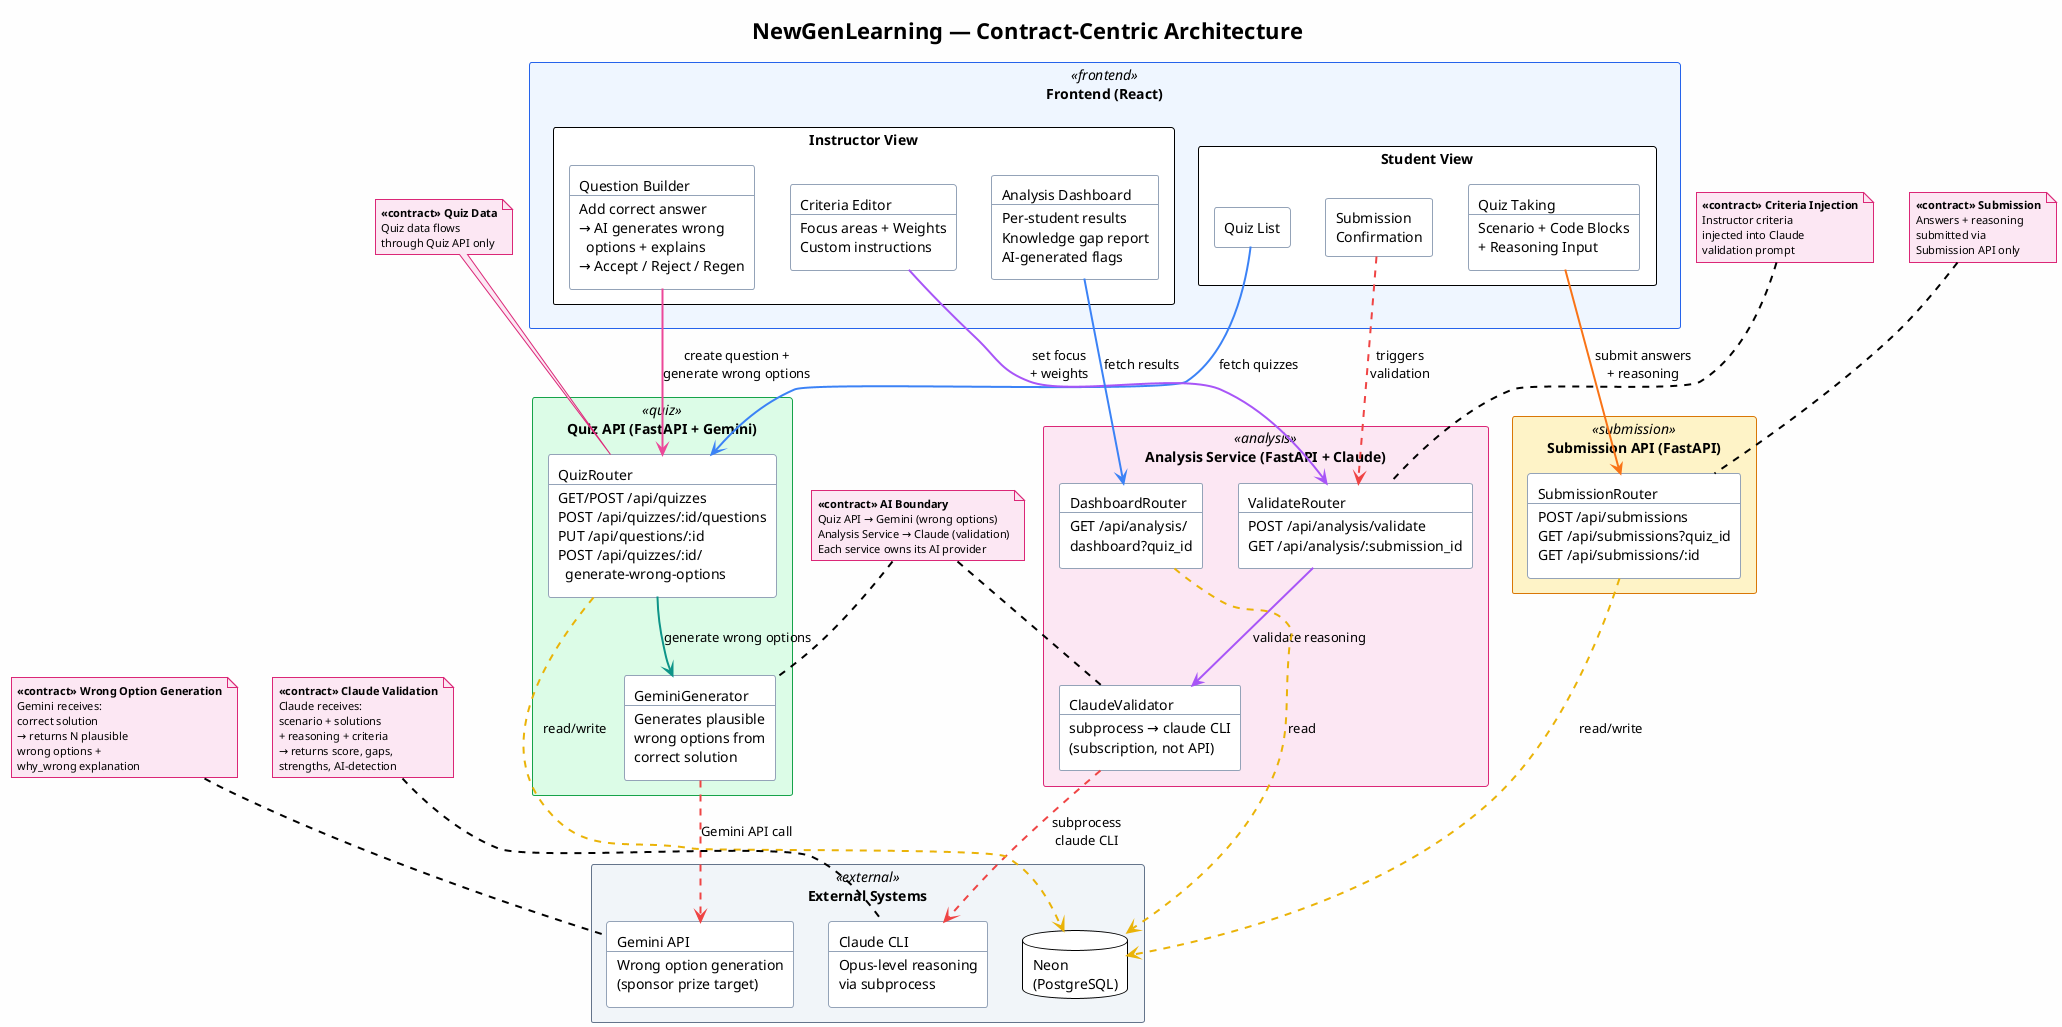
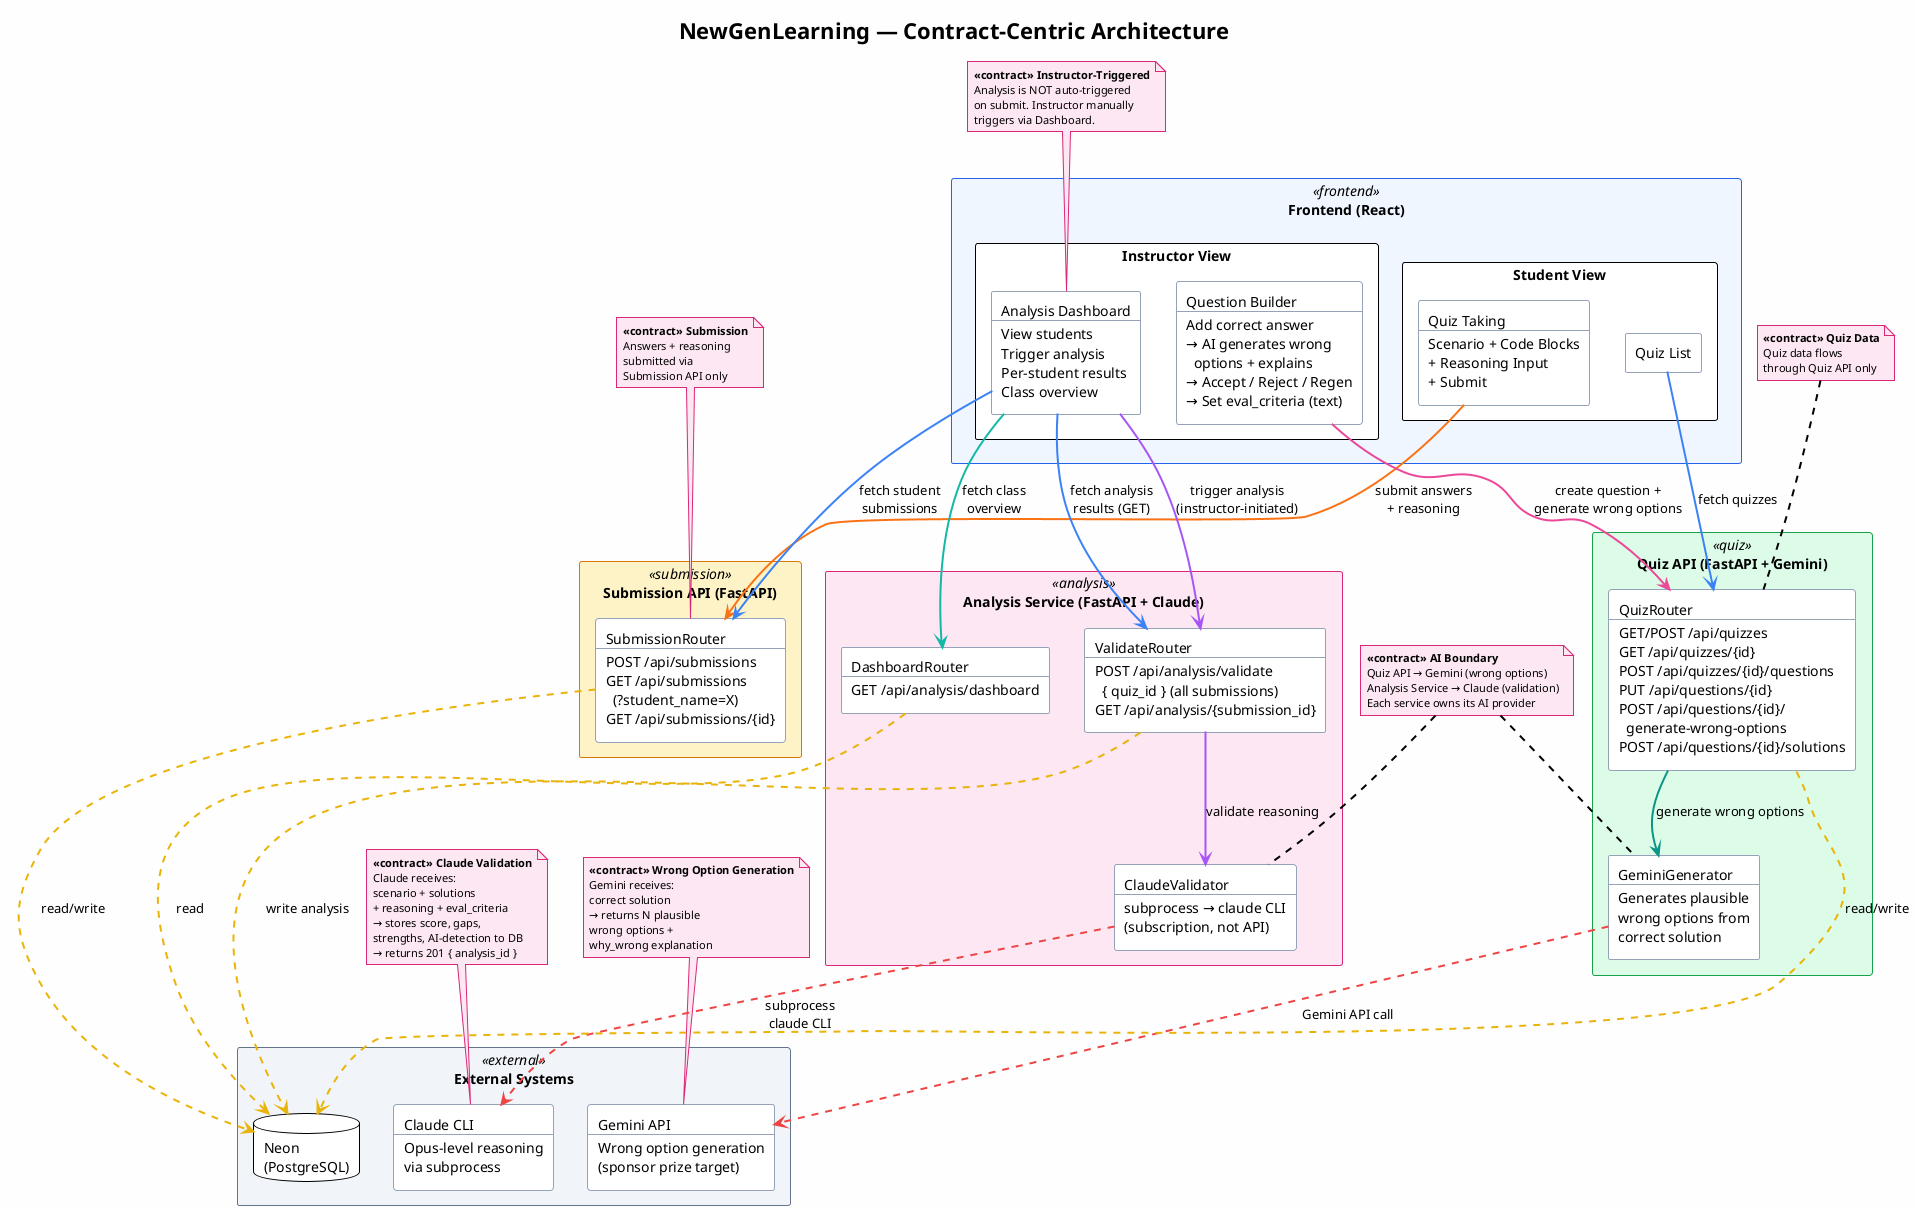
@startuml NewGenLearning Architecture Contract
!theme plain
skinparam backgroundColor #FEFEFE
skinparam defaultFontName "Segoe UI"
skinparam packageStyle rectangle
skinparam componentStyle rectangle
skinparam arrowThickness 2
skinparam shadowing false

title NewGenLearning — Contract-Centric Architecture

' === Colors ===
skinparam package {
  BackgroundColor<<frontend>> #EFF6FF
  BorderColor<<frontend>> #2563EB
  BackgroundColor<<quiz>> #DCFCE7
  BorderColor<<quiz>> #16A34A
  BackgroundColor<<submission>> #FEF3C7
  BorderColor<<submission>> #D97706
  BackgroundColor<<analysis>> #FCE7F3
  BorderColor<<analysis>> #DB2777
  BackgroundColor<<external>> #F1F5F9
  BorderColor<<external>> #64748B
}

skinparam component {
  BackgroundColor #FFFFFF
  BorderColor #94A3B8
}

skinparam note {
  BackgroundColor #FCE7F3
  BorderColor #DB2777
  FontSize 11
}

' ========== FRONTEND ==========
package "Frontend (React)" <<frontend>> {

  package "Student View" {
    component [Quiz List] as QL
-     component [Quiz Taking\n---\nScenario + Code Blocks\n+ Reasoning Input] as QT
-     component [Submission\nConfirmation] as SC
+     component [Quiz Taking\n---\nScenario + Code Blocks\n+ Reasoning Input\n+ Submit] as QT
  }

  package "Instructor View" {
-     component [Question Builder\n---\nAdd correct answer\n→ AI generates wrong\n  options + explains\n→ Accept / Reject / Regen] as QB
-     component [Analysis Dashboard\n---\nPer-student results\nKnowledge gap report\nAI-generated flags] as AD
-     component [Criteria Editor\n---\nFocus areas + Weights\nCustom instructions] as CE
+     component [Question Builder\n---\nAdd correct answer\n→ AI generates wrong\n  options + explains\n→ Accept / Reject / Regen\n→ Set eval_criteria (text)] as QB
+     component [Analysis Dashboard\n---\nView students\nTrigger analysis\nPer-student results\nClass overview] as AD
  }
}

' ========== QUIZ API ==========
package "Quiz API (FastAPI + Gemini)" <<quiz>> {
-   component [QuizRouter\n---\nGET/POST /api/quizzes\nPOST /api/quizzes/:id/questions\nPUT /api/questions/:id\nPOST /api/quizzes/:id/\n  generate-wrong-options] as QR
+   component [QuizRouter\n---\nGET/POST /api/quizzes\nGET /api/quizzes/{id}\nPOST /api/quizzes/{id}/questions\nPUT /api/questions/{id}\nPOST /api/questions/{id}/\n  generate-wrong-options\nPOST /api/questions/{id}/solutions] as QR
  component [GeminiGenerator\n---\nGenerates plausible\nwrong options from\ncorrect solution] as GG
}

' ========== SUBMISSION API ==========
package "Submission API (FastAPI)" <<submission>> {
-   component [SubmissionRouter\n---\nPOST /api/submissions\nGET /api/submissions?quiz_id\nGET /api/submissions/:id] as SR
+   component [SubmissionRouter\n---\nPOST /api/submissions\nGET /api/submissions\n  (?student_name=X)\nGET /api/submissions/{id}] as SR
}

' ========== ANALYSIS SERVICE ==========
package "Analysis Service (FastAPI + Claude)" <<analysis>> {
-   component [ValidateRouter\n---\nPOST /api/analysis/validate\nGET /api/analysis/:submission_id] as VR
-   component [DashboardRouter\n---\nGET /api/analysis/\ndashboard?quiz_id] as DR
+   component [ValidateRouter\n---\nPOST /api/analysis/validate\n  { quiz_id } (all submissions)\nGET /api/analysis/{submission_id}] as VR
+   component [DashboardRouter\n---\nGET /api/analysis/dashboard] as DR
  component [ClaudeValidator\n---\nsubprocess → claude CLI\n(subscription, not API)] as CV
}

' ========== EXTERNAL ==========
package "External Systems" <<external>> {
  component [Claude CLI\n---\nOpus-level reasoning\nvia subprocess] as CLAUDE
  component [Gemini API\n---\nWrong option generation\n(sponsor prize target)] as GEMINI
  database "Neon\n(PostgreSQL)" as DB
}

' ========== CONTRACTS (Notes) ==========
note as C1
  **«contract» Quiz Data**
  Quiz data flows
  through Quiz API only
end note

note as C2
  **«contract» Submission**
  Answers + reasoning
  submitted via
  Submission API only
end note

note as C3
  **«contract» AI Boundary**
  Quiz API → Gemini (wrong options)
  Analysis Service → Claude (validation)
  Each service owns its AI provider
end note

note as C4
-   **«contract» Criteria Injection**
-   Instructor criteria
-   injected into Claude
-   validation prompt
+   **«contract» Instructor-Triggered**
+   Analysis is NOT auto-triggered
+   on submit. Instructor manually
+   triggers via Dashboard.
end note

note as C5
  **«contract» Claude Validation**
  Claude receives:
  scenario + solutions
-   + reasoning + criteria
-   → returns score, gaps,
-   strengths, AI-detection
+   + reasoning + eval_criteria
+   → stores score, gaps,
+   strengths, AI-detection to DB
+   → returns 201 { analysis_id }
end note

note as C6
  **«contract» Wrong Option Generation**
  Gemini receives:
  correct solution
  → returns N plausible
  wrong options +
  why_wrong explanation
end note

- ' ========== STUDENT FLOW ==========
+ ' ========== STUDENT FLOW (UC2) ==========
QL -[#3B82F6]-> QR : fetch quizzes
QT -[#F97316]-> SR : submit answers\n+ reasoning
- SC .[#EF4444].> VR : triggers\nvalidation

- ' ========== INSTRUCTOR QUESTION FLOW ==========
+ ' ========== INSTRUCTOR QUESTION FLOW (UC1) ==========
QB -[#EC4899]-> QR : create question +\ngenerate wrong options
QR -[#0D9488]-> GG : generate wrong options
GG .[#EF4444].> GEMINI : Gemini API call

- ' ========== INSTRUCTOR CRITERIA FLOW ==========
- CE -[#A855F7]-> VR : set focus\n+ weights
+ ' ========== INSTRUCTOR ANALYSIS FLOW (UC3/UC4) ==========
+ AD -[#A855F7]-> VR : trigger analysis\n(instructor-initiated)
+ AD -[#3B82F6]-> VR : fetch analysis\nresults (GET)
+ AD -[#3B82F6]-> SR : fetch student\nsubmissions
+ AD -[#14B8A6]-> DR : fetch class\noverview

' ========== VALIDATION FLOW ==========
VR -[#A855F7]-> CV : validate reasoning
CV .[#EF4444].> CLAUDE : subprocess\nclaude CLI

- ' ========== DASHBOARD ==========
- AD -[#3B82F6]-> DR : fetch results
- 
' ========== DATABASE ==========
QR .[#EAB308].> DB : read/write
SR .[#EAB308].> DB : read/write
+ VR .[#EAB308].> DB : write analysis
DR .[#EAB308].> DB : read

' ========== CONTRACT PLACEMENTS ==========
C1 .. QR
C2 .. SR
C3 .. GG
C3 .. CV
- C4 .. VR
+ C4 .. AD
C5 .. CLAUDE
C6 .. GEMINI

@enduml
